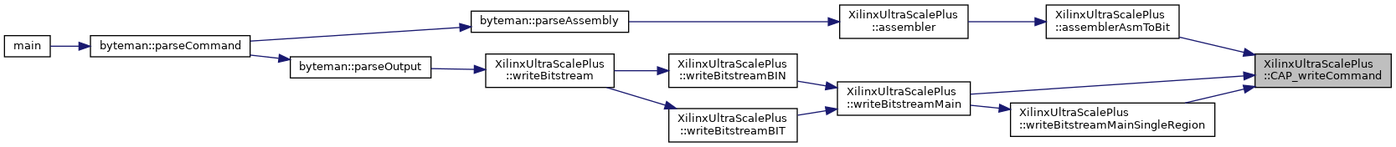
Before: classXilinxUltraScalePlus_aea40ae16e356d3c14e6288d4c8eb105c_icgraph.png, a diagram exported from Graphviz (FPGA-Research-Manchester/byteman). Its source is kept beside it as classXilinxUltraScalePlus_aea40ae16e356d3c14e6288d4c8eb105c_icgraph.dot.
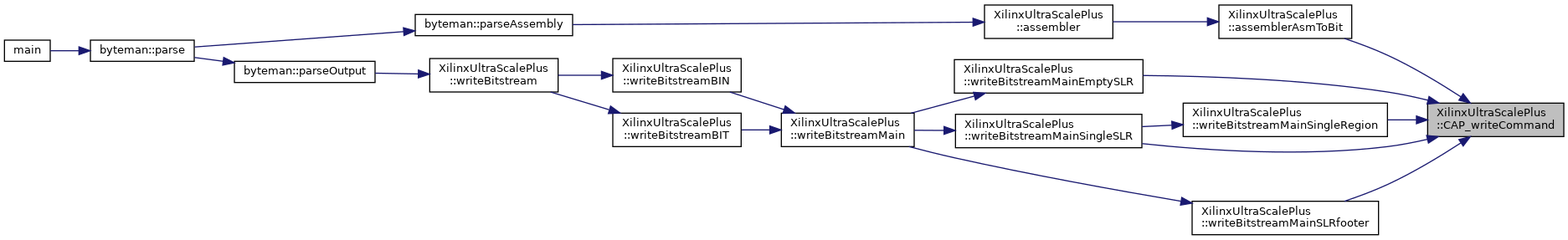
Later version of the same file.

Diff of the diagram source:
```diff
@@ -11,22 +11,30 @@
   Node3 -> Node4 [dir="back",color="midnightblue",fontsize="10",style="solid",fontname="Helvetica"];
   Node4 [label="byteman::parseAssembly",height=0.2,width=0.4,color="black", fillcolor="white", style="filled",URL="$classbyteman.html#a5e7f2e31d95626075a6ce22b54ecbbf8",tooltip=" "];
   Node4 -> Node5 [dir="back",color="midnightblue",fontsize="10",style="solid",fontname="Helvetica"];
-  Node5 [label="byteman::parseCommand",height=0.2,width=0.4,color="black", fillcolor="white", style="filled",URL="$classbyteman.html#a97ad2d6b20a10ddb0dd8d373159eea4e",tooltip=" "];
+  Node5 [label="byteman::parse",height=0.2,width=0.4,color="black", fillcolor="white", style="filled",URL="$classbyteman.html#a0ce0e992678e3f8b51cc5e01cea14ddb",tooltip=" "];
   Node5 -> Node6 [dir="back",color="midnightblue",fontsize="10",style="solid",fontname="Helvetica"];
   Node6 [label="main",height=0.2,width=0.4,color="black", fillcolor="white", style="filled",URL="$byteman_8cpp.html#a0ddf1224851353fc92bfbff6f499fa97",tooltip=" "];
   Node1 -> Node7 [dir="back",color="midnightblue",fontsize="10",style="solid",fontname="Helvetica"];
-  Node7 [label="XilinxUltraScalePlus\l::writeBitstreamMain",height=0.2,width=0.4,color="black", fillcolor="white", style="filled",URL="$classXilinxUltraScalePlus.html#afcd0f828eff528d0c178a5e473ee2181",tooltip=" "];
+  Node7 [label="XilinxUltraScalePlus\l::writeBitstreamMainEmptySLR",height=0.2,width=0.4,color="black", fillcolor="white", style="filled",URL="$classXilinxUltraScalePlus.html#a9c88e1cc4400a4f80a7757536442a193",tooltip=" "];
   Node7 -> Node8 [dir="back",color="midnightblue",fontsize="10",style="solid",fontname="Helvetica"];
-  Node8 [label="XilinxUltraScalePlus\l::writeBitstreamBIN",height=0.2,width=0.4,color="black", fillcolor="white", style="filled",URL="$classXilinxUltraScalePlus.html#ab32b8ddf6ed62003568932d9167f7231",tooltip=" "];
+  Node8 [label="XilinxUltraScalePlus\l::writeBitstreamMain",height=0.2,width=0.4,color="black", fillcolor="white", style="filled",URL="$classXilinxUltraScalePlus.html#afcd0f828eff528d0c178a5e473ee2181",tooltip=" "];
   Node8 -> Node9 [dir="back",color="midnightblue",fontsize="10",style="solid",fontname="Helvetica"];
-  Node9 [label="XilinxUltraScalePlus\l::writeBitstream",height=0.2,width=0.4,color="black", fillcolor="white", style="filled",URL="$classXilinxUltraScalePlus.html#a7f2a7c34766d004adc6f1cfe1bdd62e7",tooltip=" "];
+  Node9 [label="XilinxUltraScalePlus\l::writeBitstreamBIN",height=0.2,width=0.4,color="black", fillcolor="white", style="filled",URL="$classXilinxUltraScalePlus.html#ab32b8ddf6ed62003568932d9167f7231",tooltip=" "];
   Node9 -> Node10 [dir="back",color="midnightblue",fontsize="10",style="solid",fontname="Helvetica"];
-  Node10 [label="byteman::parseOutput",height=0.2,width=0.4,color="black", fillcolor="white", style="filled",URL="$classbyteman.html#a2ff1e5c9e9b542e9f74768b296ace32f",tooltip=" "];
-  Node10 -> Node5 [dir="back",color="midnightblue",fontsize="10",style="solid",fontname="Helvetica"];
-  Node7 -> Node11 [dir="back",color="midnightblue",fontsize="10",style="solid",fontname="Helvetica"];
-  Node11 [label="XilinxUltraScalePlus\l::writeBitstreamBIT",height=0.2,width=0.4,color="black", fillcolor="white", style="filled",URL="$classXilinxUltraScalePlus.html#aafc764306446548f9127f3e30759af49",tooltip=" "];
-  Node11 -> Node9 [dir="back",color="midnightblue",fontsize="10",style="solid",fontname="Helvetica"];
-  Node1 -> Node12 [dir="back",color="midnightblue",fontsize="10",style="solid",fontname="Helvetica"];
-  Node12 [label="XilinxUltraScalePlus\l::writeBitstreamMainSingleRegion",height=0.2,width=0.4,color="black", fillcolor="white", style="filled",URL="$classXilinxUltraScalePlus.html#a838df6236b078c1a751e65feb9463e12",tooltip=" "];
-  Node12 -> Node7 [dir="back",color="midnightblue",fontsize="10",style="solid",fontname="Helvetica"];
+  Node10 [label="XilinxUltraScalePlus\l::writeBitstream",height=0.2,width=0.4,color="black", fillcolor="white", style="filled",URL="$classXilinxUltraScalePlus.html#a7f2a7c34766d004adc6f1cfe1bdd62e7",tooltip=" "];
+  Node10 -> Node11 [dir="back",color="midnightblue",fontsize="10",style="solid",fontname="Helvetica"];
+  Node11 [label="byteman::parseOutput",height=0.2,width=0.4,color="black", fillcolor="white", style="filled",URL="$classbyteman.html#a2ff1e5c9e9b542e9f74768b296ace32f",tooltip=" "];
+  Node11 -> Node5 [dir="back",color="midnightblue",fontsize="10",style="solid",fontname="Helvetica"];
+  Node8 -> Node12 [dir="back",color="midnightblue",fontsize="10",style="solid",fontname="Helvetica"];
+  Node12 [label="XilinxUltraScalePlus\l::writeBitstreamBIT",height=0.2,width=0.4,color="black", fillcolor="white", style="filled",URL="$classXilinxUltraScalePlus.html#aafc764306446548f9127f3e30759af49",tooltip=" "];
+  Node12 -> Node10 [dir="back",color="midnightblue",fontsize="10",style="solid",fontname="Helvetica"];
+  Node1 -> Node13 [dir="back",color="midnightblue",fontsize="10",style="solid",fontname="Helvetica"];
+  Node13 [label="XilinxUltraScalePlus\l::writeBitstreamMainSingleRegion",height=0.2,width=0.4,color="black", fillcolor="white", style="filled",URL="$classXilinxUltraScalePlus.html#a1b63faa4285401972ad75e524434c89b",tooltip=" "];
+  Node13 -> Node14 [dir="back",color="midnightblue",fontsize="10",style="solid",fontname="Helvetica"];
+  Node14 [label="XilinxUltraScalePlus\l::writeBitstreamMainSingleSLR",height=0.2,width=0.4,color="black", fillcolor="white", style="filled",URL="$classXilinxUltraScalePlus.html#a452023c07e40cbb6b1a5c65db8494a65",tooltip=" "];
+  Node14 -> Node8 [dir="back",color="midnightblue",fontsize="10",style="solid",fontname="Helvetica"];
+  Node1 -> Node14 [dir="back",color="midnightblue",fontsize="10",style="solid",fontname="Helvetica"];
+  Node1 -> Node15 [dir="back",color="midnightblue",fontsize="10",style="solid",fontname="Helvetica"];
+  Node15 [label="XilinxUltraScalePlus\l::writeBitstreamMainSLRfooter",height=0.2,width=0.4,color="black", fillcolor="white", style="filled",URL="$classXilinxUltraScalePlus.html#a67e27bfc5941d09b9c09055a7fc705fd",tooltip=" "];
+  Node15 -> Node8 [dir="back",color="midnightblue",fontsize="10",style="solid",fontname="Helvetica"];
 }
```
